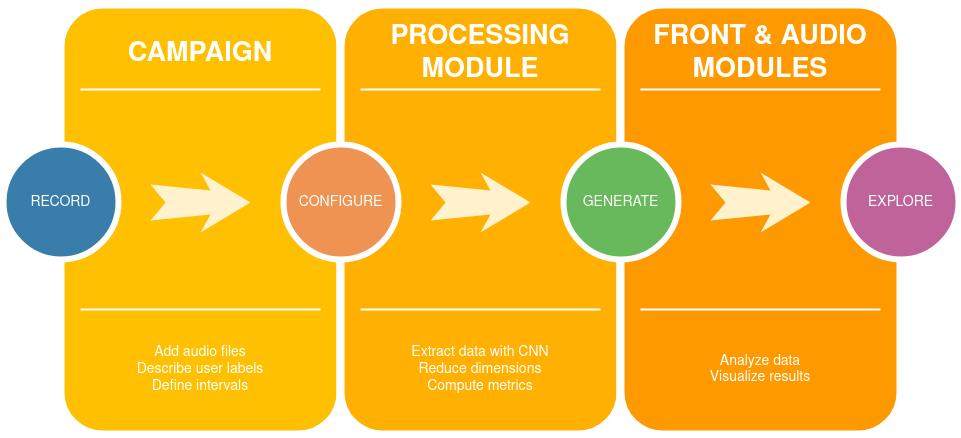
Before: assets/flow.png, a diagram exported from draw.io (sound-scape-explorer/sound-scape-explorer). Source tidied: cells renumbered, new cells last; positions are measured from the earlier drawing's top-left corner, leaving out a move shared by most shapes. Its diagram source:
```xml
<mxGraphModel background="#ffffff">
  <root>
    <mxCell id="0" />
    <mxCell id="1" parent="0" />
    <mxCell id="2" style="whiteSpace=wrap;html=1;rounded=1;shadow=0;strokeWidth=8;fontSize=20;align=center;fillColor=#FFC001;strokeColor=#FFFFFF;" parent="1" vertex="1">
      <mxGeometry x="57" width="280" height="430" as="geometry" />
    </mxCell>
    <mxCell id="3" value="CAMPAIGN" style="text;html=1;strokeColor=none;fillColor=none;align=center;verticalAlign=middle;whiteSpace=wrap;rounded=0;shadow=0;fontSize=27;fontColor=#FFFFFF;fontStyle=1;" parent="1" vertex="1">
      <mxGeometry x="57" y="20" width="280" height="60" as="geometry" />
    </mxCell>
    <mxCell id="4" value="&lt;div&gt;Add audio files&lt;/div&gt;&lt;div&gt;Describe user labels&lt;/div&gt;&lt;div&gt;Define intervals&lt;br&gt;&lt;/div&gt;" style="text;html=1;strokeColor=none;fillColor=none;align=center;verticalAlign=middle;whiteSpace=wrap;rounded=0;shadow=0;fontSize=14;fontColor=#FFFFFF;" parent="1" vertex="1">
      <mxGeometry x="57" y="320" width="280" height="90" as="geometry" />
    </mxCell>
    <mxCell id="5" style="line;strokeWidth=2;html=1;rounded=0;shadow=0;fontSize=27;align=center;fillColor=none;strokeColor=#FFFFFF;" parent="1" vertex="1">
      <mxGeometry x="77" y="80" width="240" height="10" as="geometry" />
    </mxCell>
    <mxCell id="6" style="line;strokeWidth=2;html=1;rounded=0;shadow=0;fontSize=27;align=center;fillColor=none;strokeColor=#FFFFFF;" parent="1" vertex="1">
      <mxGeometry x="77" y="300" width="240" height="10" as="geometry" />
    </mxCell>
    <mxCell id="7" value="RECORD" style="ellipse;whiteSpace=wrap;html=1;rounded=0;shadow=0;strokeWidth=6;fontSize=14;align=center;fillColor=#397DAA;strokeColor=#FFFFFF;fontColor=#FFFFFF;" parent="1" vertex="1">
      <mxGeometry y="140" width="115" height="115" as="geometry" />
    </mxCell>
    <mxCell id="8" style="html=1;shadow=0;dashed=0;align=center;verticalAlign=middle;shape=mxgraph.arrows2.stylisedArrow;dy=0.6;dx=40;notch=15;feather=0.4;rounded=0;strokeWidth=1;fontSize=27;strokeColor=none;fillColor=#fff2cc;" parent="1" vertex="1">
      <mxGeometry x="147" y="168" width="100" height="60" as="geometry" />
    </mxCell>
    <mxCell id="9" style="whiteSpace=wrap;html=1;rounded=1;shadow=0;strokeWidth=8;fontSize=20;align=center;fillColor=#FFB001;strokeColor=#FFFFFF;" parent="1" vertex="1">
      <mxGeometry x="337" width="280" height="430" as="geometry" />
    </mxCell>
    <mxCell id="10" value="PROCESSING&lt;br&gt;MODULE" style="text;html=1;strokeColor=none;fillColor=none;align=center;verticalAlign=middle;whiteSpace=wrap;rounded=0;shadow=0;fontSize=27;fontColor=#FFFFFF;fontStyle=1;" parent="1" vertex="1">
      <mxGeometry x="337" y="20" width="280" height="60" as="geometry" />
    </mxCell>
    <mxCell id="11" value="&lt;div&gt;Extract data with CNN&lt;/div&gt;&lt;div&gt;Reduce dimensions&lt;/div&gt;&lt;div&gt;Compute metrics&lt;br&gt;&lt;/div&gt;" style="text;html=1;strokeColor=none;fillColor=none;align=center;verticalAlign=middle;whiteSpace=wrap;rounded=0;shadow=0;fontSize=14;fontColor=#FFFFFF;" parent="1" vertex="1">
      <mxGeometry x="337" y="320" width="280" height="90" as="geometry" />
    </mxCell>
    <mxCell id="12" style="line;strokeWidth=2;html=1;rounded=0;shadow=0;fontSize=27;align=center;fillColor=none;strokeColor=#FFFFFF;" parent="1" vertex="1">
      <mxGeometry x="357" y="80" width="240" height="10" as="geometry" />
    </mxCell>
    <mxCell id="13" style="line;strokeWidth=2;html=1;rounded=0;shadow=0;fontSize=27;align=center;fillColor=none;strokeColor=#FFFFFF;" parent="1" vertex="1">
      <mxGeometry x="357" y="300" width="240" height="10" as="geometry" />
    </mxCell>
    <mxCell id="14" value="CONFIGURE" style="ellipse;whiteSpace=wrap;html=1;rounded=0;shadow=0;strokeWidth=6;fontSize=14;align=center;fillColor=#EF9353;strokeColor=#FFFFFF;fontColor=#FFFFFF;" parent="1" vertex="1">
      <mxGeometry x="280" y="140" width="115" height="115" as="geometry" />
    </mxCell>
    <mxCell id="15" style="html=1;shadow=0;dashed=0;align=center;verticalAlign=middle;shape=mxgraph.arrows2.stylisedArrow;dy=0.6;dx=40;notch=15;feather=0.4;rounded=0;strokeWidth=1;fontSize=27;strokeColor=none;fillColor=#fff2cc;" parent="1" vertex="1">
      <mxGeometry x="427" y="168" width="100" height="60" as="geometry" />
    </mxCell>
    <mxCell id="16" style="whiteSpace=wrap;html=1;rounded=1;shadow=0;strokeWidth=8;fontSize=20;align=center;fillColor=#FE9900;strokeColor=#FFFFFF;" parent="1" vertex="1">
      <mxGeometry x="617" width="280" height="430" as="geometry" />
    </mxCell>
    <mxCell id="17" value="&lt;div&gt;FRONT &amp;amp; AUDIO&lt;/div&gt;&lt;div&gt;MODULES&lt;br&gt;&lt;/div&gt;" style="text;html=1;strokeColor=none;fillColor=none;align=center;verticalAlign=middle;whiteSpace=wrap;rounded=0;shadow=0;fontSize=27;fontColor=#FFFFFF;fontStyle=1;" parent="1" vertex="1">
      <mxGeometry x="617" y="20" width="280" height="60" as="geometry" />
    </mxCell>
    <mxCell id="18" value="&lt;div&gt;Analyze data&lt;/div&gt;&lt;div&gt;Visualize results&lt;br&gt;&lt;/div&gt;" style="text;html=1;strokeColor=none;fillColor=none;align=center;verticalAlign=middle;whiteSpace=wrap;rounded=0;shadow=0;fontSize=14;fontColor=#FFFFFF;" parent="1" vertex="1">
      <mxGeometry x="617" y="320" width="280" height="90" as="geometry" />
    </mxCell>
    <mxCell id="19" style="line;strokeWidth=2;html=1;rounded=0;shadow=0;fontSize=27;align=center;fillColor=none;strokeColor=#FFFFFF;" parent="1" vertex="1">
      <mxGeometry x="637" y="80" width="240" height="10" as="geometry" />
    </mxCell>
    <mxCell id="20" style="line;strokeWidth=2;html=1;rounded=0;shadow=0;fontSize=27;align=center;fillColor=none;strokeColor=#FFFFFF;" parent="1" vertex="1">
      <mxGeometry x="637" y="300" width="240" height="10" as="geometry" />
    </mxCell>
    <mxCell id="21" value="GENERATE" style="ellipse;whiteSpace=wrap;html=1;rounded=0;shadow=0;strokeWidth=6;fontSize=14;align=center;fillColor=#68B85C;strokeColor=#FFFFFF;fontColor=#FFFFFF;" parent="1" vertex="1">
      <mxGeometry x="560" y="140" width="115" height="115" as="geometry" />
    </mxCell>
    <mxCell id="22" style="html=1;shadow=0;dashed=0;align=center;verticalAlign=middle;shape=mxgraph.arrows2.stylisedArrow;dy=0.6;dx=40;notch=15;feather=0.4;rounded=0;strokeWidth=1;fontSize=27;strokeColor=none;fillColor=#fff2cc;" parent="1" vertex="1">
      <mxGeometry x="707" y="168" width="100" height="60" as="geometry" />
    </mxCell>
    <mxCell id="23" value="&lt;div&gt;EXPLORE&lt;/div&gt;" style="ellipse;whiteSpace=wrap;html=1;rounded=0;shadow=0;strokeWidth=6;fontSize=14;align=center;fillColor=#BF639A;strokeColor=#FFFFFF;fontColor=#FFFFFF;" parent="1" vertex="1">
      <mxGeometry x="840" y="140" width="115" height="115" as="geometry" />
    </mxCell>
  </root>
</mxGraphModel>
```
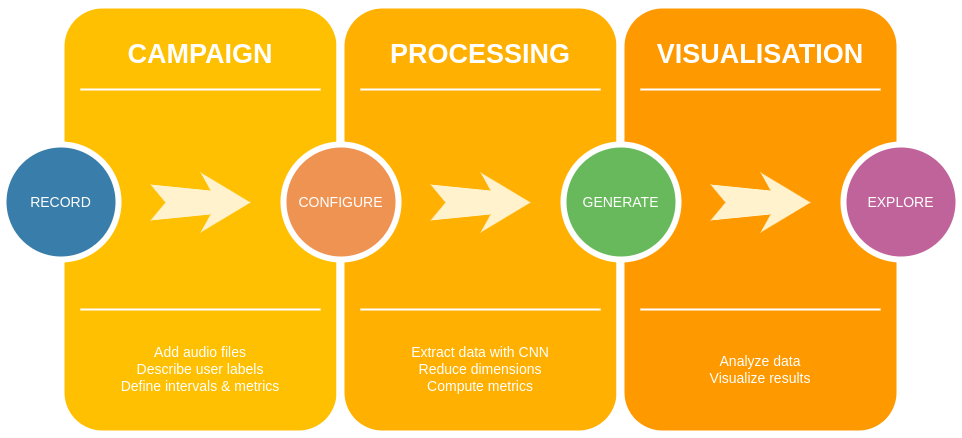
Later version of the same file.

Change to the diagram source:
```diff
@@ -8,7 +8,7 @@
     <mxCell id="3" value="CAMPAIGN" style="text;html=1;strokeColor=none;fillColor=none;align=center;verticalAlign=middle;whiteSpace=wrap;rounded=0;shadow=0;fontSize=27;fontColor=#FFFFFF;fontStyle=1;" parent="1" vertex="1">
       <mxGeometry x="57" y="20" width="280" height="60" as="geometry" />
     </mxCell>
-    <mxCell id="4" value="&lt;div&gt;Add audio files&lt;/div&gt;&lt;div&gt;Describe user labels&lt;/div&gt;&lt;div&gt;Define intervals&lt;br&gt;&lt;/div&gt;" style="text;html=1;strokeColor=none;fillColor=none;align=center;verticalAlign=middle;whiteSpace=wrap;rounded=0;shadow=0;fontSize=14;fontColor=#FFFFFF;" parent="1" vertex="1">
+    <mxCell id="4" value="&lt;div&gt;Add audio files&lt;/div&gt;&lt;div&gt;Describe user labels&lt;/div&gt;&lt;div&gt;Define intervals &amp;amp; metrics&lt;br&gt;&lt;/div&gt;" style="text;html=1;strokeColor=none;fillColor=none;align=center;verticalAlign=middle;whiteSpace=wrap;rounded=0;shadow=0;fontSize=14;fontColor=#FFFFFF;" parent="1" vertex="1">
       <mxGeometry x="57" y="320" width="280" height="90" as="geometry" />
     </mxCell>
     <mxCell id="5" style="line;strokeWidth=2;html=1;rounded=0;shadow=0;fontSize=27;align=center;fillColor=none;strokeColor=#FFFFFF;" parent="1" vertex="1">
@@ -26,7 +26,7 @@
     <mxCell id="9" style="whiteSpace=wrap;html=1;rounded=1;shadow=0;strokeWidth=8;fontSize=20;align=center;fillColor=#FFB001;strokeColor=#FFFFFF;" parent="1" vertex="1">
       <mxGeometry x="337" width="280" height="430" as="geometry" />
     </mxCell>
-    <mxCell id="10" value="PROCESSING&lt;br&gt;MODULE" style="text;html=1;strokeColor=none;fillColor=none;align=center;verticalAlign=middle;whiteSpace=wrap;rounded=0;shadow=0;fontSize=27;fontColor=#FFFFFF;fontStyle=1;" parent="1" vertex="1">
+    <mxCell id="10" value="PROCESSING" style="text;html=1;strokeColor=none;fillColor=none;align=center;verticalAlign=middle;whiteSpace=wrap;rounded=0;shadow=0;fontSize=27;fontColor=#FFFFFF;fontStyle=1;" parent="1" vertex="1">
       <mxGeometry x="337" y="20" width="280" height="60" as="geometry" />
     </mxCell>
     <mxCell id="11" value="&lt;div&gt;Extract data with CNN&lt;/div&gt;&lt;div&gt;Reduce dimensions&lt;/div&gt;&lt;div&gt;Compute metrics&lt;br&gt;&lt;/div&gt;" style="text;html=1;strokeColor=none;fillColor=none;align=center;verticalAlign=middle;whiteSpace=wrap;rounded=0;shadow=0;fontSize=14;fontColor=#FFFFFF;" parent="1" vertex="1">
@@ -47,7 +47,7 @@
     <mxCell id="16" style="whiteSpace=wrap;html=1;rounded=1;shadow=0;strokeWidth=8;fontSize=20;align=center;fillColor=#FE9900;strokeColor=#FFFFFF;" parent="1" vertex="1">
       <mxGeometry x="617" width="280" height="430" as="geometry" />
     </mxCell>
-    <mxCell id="17" value="&lt;div&gt;FRONT &amp;amp; AUDIO&lt;/div&gt;&lt;div&gt;MODULES&lt;br&gt;&lt;/div&gt;" style="text;html=1;strokeColor=none;fillColor=none;align=center;verticalAlign=middle;whiteSpace=wrap;rounded=0;shadow=0;fontSize=27;fontColor=#FFFFFF;fontStyle=1;" parent="1" vertex="1">
+    <mxCell id="17" value="&lt;div&gt;VISUALISATION&lt;/div&gt;" style="text;html=1;strokeColor=none;fillColor=none;align=center;verticalAlign=middle;whiteSpace=wrap;rounded=0;shadow=0;fontSize=27;fontColor=#FFFFFF;fontStyle=1;" parent="1" vertex="1">
       <mxGeometry x="617" y="20" width="280" height="60" as="geometry" />
     </mxCell>
     <mxCell id="18" value="&lt;div&gt;Analyze data&lt;/div&gt;&lt;div&gt;Visualize results&lt;br&gt;&lt;/div&gt;" style="text;html=1;strokeColor=none;fillColor=none;align=center;verticalAlign=middle;whiteSpace=wrap;rounded=0;shadow=0;fontSize=14;fontColor=#FFFFFF;" parent="1" vertex="1">
```
